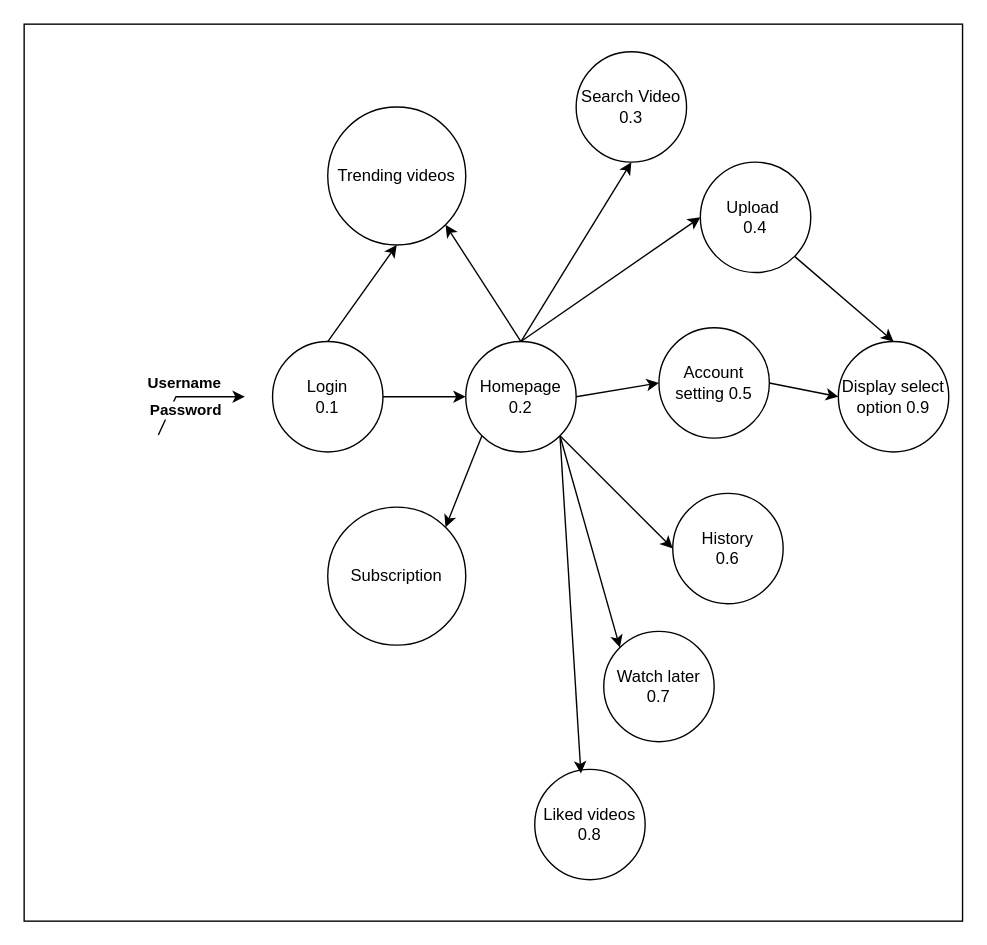
Above: Level1.drawio in kartik-py12/userCaseDiagram-Youtube (draw.io), before the change. Source tidied: cells renumbered, new cells numbered last; positions are measured from the earlier drawing's top-left corner, leaving out a move shared by most shapes. Both pictures are drawn from the tidied source at 138%, with x=0, y=0 at pixel (23, 23).
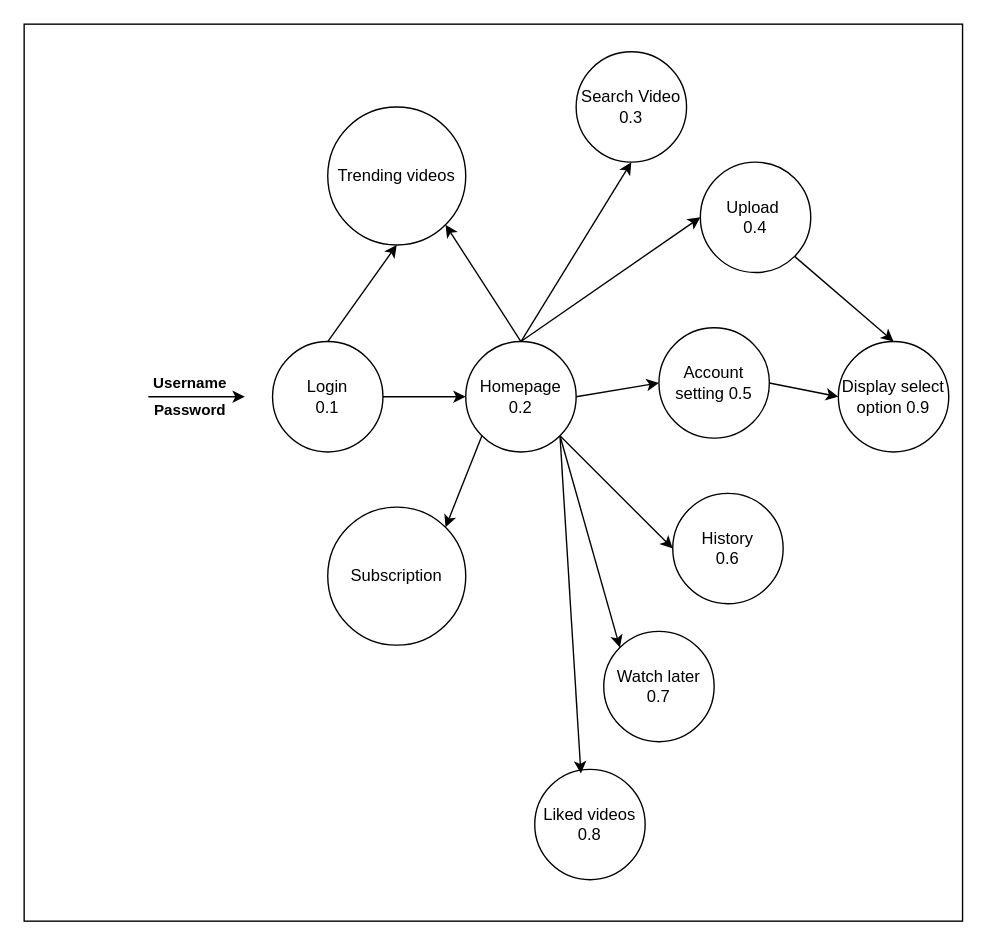
The same diagram, later.

Unchanged cells that the change refers to:
```xml
<mxCell id="2" style="rounded=0;whiteSpace=wrap;html=1;strokeColor=#000000;" parent="1" vertex="1">
  <mxGeometry width="680" height="650" as="geometry" />
</mxCell>
```

Change to the diagram source:
```diff
@@
-    <mxCell id="3" value="Username" style="endArrow=classic;html=1;rounded=0;exitX=0.143;exitY=0.458;exitDx=0;exitDy=0;exitPerimeter=0;flowAnimation=0;fontStyle=1;" parent="1" edge="1" source="2">
-      <mxGeometry x="-0.11" y="10" relative="1" as="geometry">
+    <mxCell id="3" value="Username" style="endArrow=classic;html=1;rounded=0;flowAnimation=0;fontStyle=1;" parent="1" edge="1">
+      <mxGeometry x="0.11" y="10" relative="1" as="geometry">
+        <mxPoint x="110" y="270" as="sourcePoint" />
         <mxPoint x="160" y="270" as="targetPoint" />
         <Array as="points">
+          <mxPoint x="90" y="270" />
           <mxPoint x="110" y="270" />
         </Array>
       </mxGeometry>
     </mxCell>
     <mxCell id="4" value="Password" style="endArrow=classic;html=1;rounded=0;exitX=0.143;exitY=0.458;exitDx=0;exitDy=0;exitPerimeter=0;flowAnimation=0;fontStyle=1;strokeColor=#c20f0f;arcSize=20;fillOpacity=0;strokeOpacity=0;" parent="1" edge="1">
-      <mxGeometry x="-0.23" y="20" relative="1" as="geometry">
+      <mxGeometry x="-0.14" y="20" relative="1" as="geometry">
         <mxPoint x="90" y="300" as="sourcePoint" />
         <mxPoint x="160" y="300" as="targetPoint" />
         <Array as="points">
           <mxPoint x="118" y="300" />
         </Array>
       </mxGeometry>
     </mxCell>
```
